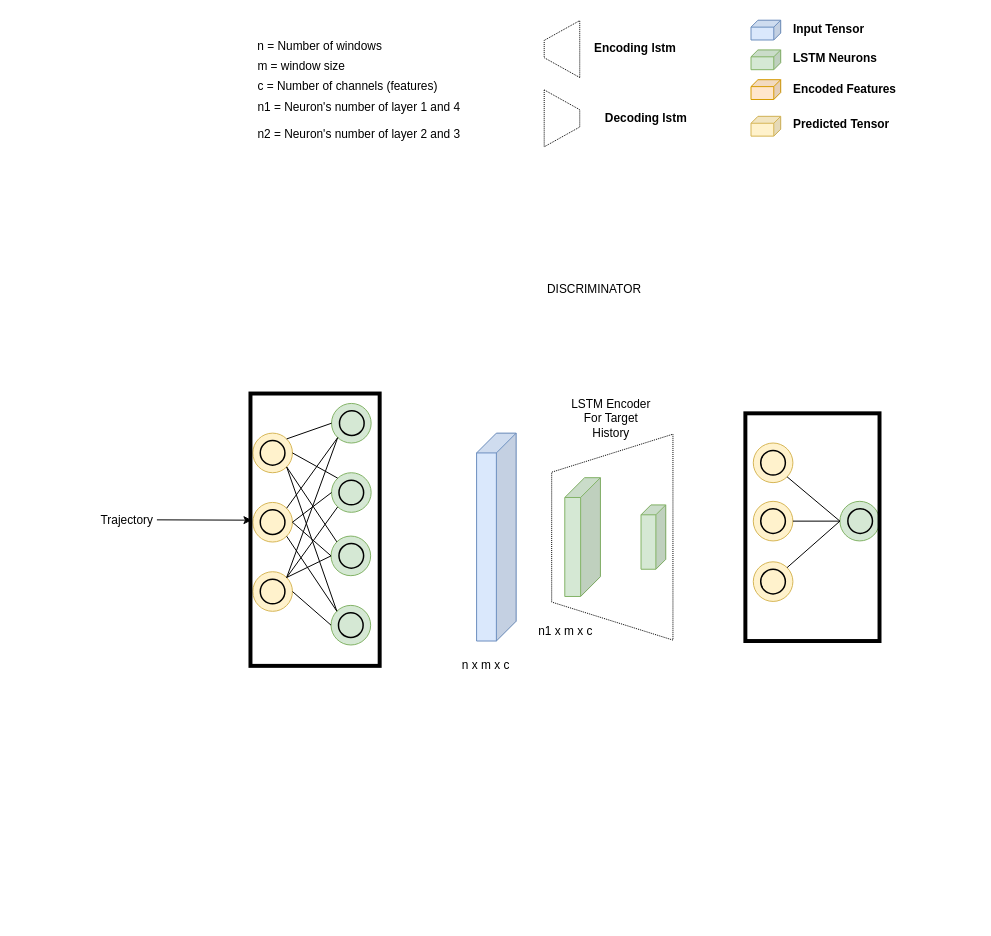
FERROX98/Multimedia-forensics-Vehicle-Trajectory-Forecasting keeps this draw.io diagram as Report/images/discriminator.drawio. Above is the earlier version. Source tidied: cells renumbered, new cells numbered last; positions are measured from the earlier drawing's top-left corner, leaving out a move shared by most shapes. Both pictures are drawn from the tidied source at 99%, with x=0, y=0 at pixel (97, 17).
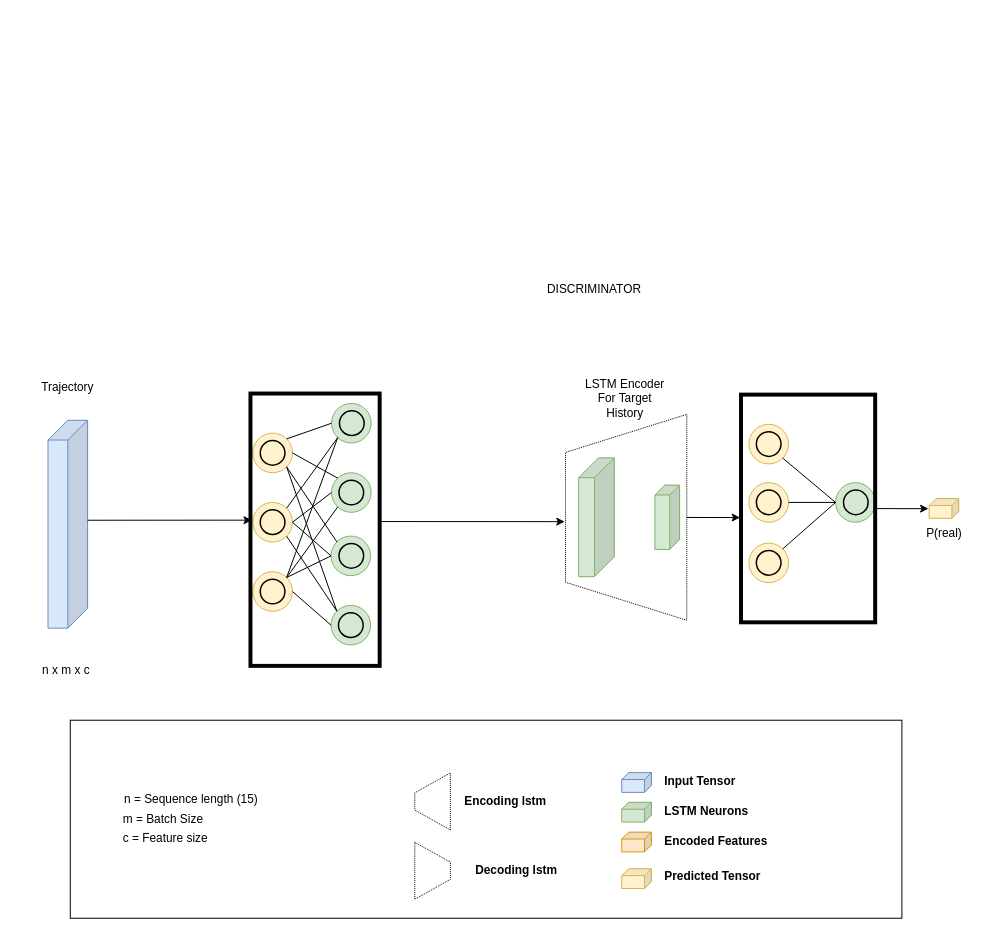
After the change.

The change refers to these unchanged cells:
```xml
<mxCell id="56" style="rounded=0;whiteSpace=wrap;html=1;strokeWidth=4;fillColor=none;" parent="1" vertex="1">
  <mxGeometry x="154.5" y="380" width="130.5" height="275.1" as="geometry" />
</mxCell>
<mxCell id="69" style="rounded=0;whiteSpace=wrap;html=1;strokeWidth=4;fillColor=none;" parent="57" vertex="1">
  <mxGeometry x="-8" y="11.1" width="135.5" height="230" as="geometry" />
</mxCell>
```

Diff of the diagram source:
```diff
@@
-    <mxCell id="2" style="shape=cube;whiteSpace=wrap;html=1;boundedLbl=1;backgroundOutline=1;darkOpacity=0.05;darkOpacity2=0.1;size=7;direction=east;flipH=1;fillColor=#dae8fc;strokeColor=#6c8ebf;" parent="1" vertex="1">
-      <mxGeometry x="660.1" y="2.9" width="30" height="20" as="geometry" />
-    </mxCell>
-    <mxCell id="3" style="shape=cube;whiteSpace=wrap;html=1;boundedLbl=1;backgroundOutline=1;darkOpacity=0.05;darkOpacity2=0.1;size=7;direction=east;flipH=1;fillColor=#d5e8d4;strokeColor=#82b366;" parent="1" vertex="1">
-      <mxGeometry x="660.1" y="32.9" width="30" height="20" as="geometry" />
-    </mxCell>
-    <mxCell id="4" value="Input Tensor" style="text;html=1;strokeColor=none;fillColor=none;align=left;verticalAlign=middle;whiteSpace=wrap;rounded=0;fontStyle=1;" parent="1" vertex="1">
-      <mxGeometry x="701.1" width="138" height="23.9" as="geometry" />
-    </mxCell>
-    <mxCell id="5" value="LSTM Neurons" style="text;html=1;strokeColor=none;fillColor=none;align=left;verticalAlign=middle;whiteSpace=wrap;rounded=0;fontStyle=1;" parent="1" vertex="1">
-      <mxGeometry x="701.1" y="30" width="138" height="23.9" as="geometry" />
-    </mxCell>
-    <mxCell id="6" value="Encoded Features" style="text;html=1;strokeColor=none;fillColor=none;align=left;verticalAlign=middle;whiteSpace=wrap;rounded=0;fontStyle=1;" parent="1" vertex="1">
-      <mxGeometry x="701.1" y="61.1" width="138" height="23.9" as="geometry" />
-    </mxCell>
-    <mxCell id="7" style="shape=cube;whiteSpace=wrap;html=1;boundedLbl=1;backgroundOutline=1;darkOpacity=0.05;darkOpacity2=0.1;size=7;direction=east;flipH=1;fillColor=#ffe6cc;strokeColor=#d79b00;" parent="1" vertex="1">
-      <mxGeometry x="660.1" y="63" width="30" height="20" as="geometry" />
-    </mxCell>
-    <mxCell id="8" style="shape=cube;whiteSpace=wrap;html=1;boundedLbl=1;backgroundOutline=1;darkOpacity=0.05;darkOpacity2=0.1;size=7;direction=east;flipH=1;fillColor=#fff2cc;strokeColor=#d6b656;" parent="1" vertex="1">
-      <mxGeometry x="660.1" y="100" width="30" height="20" as="geometry" />
-    </mxCell>
-    <mxCell id="9" value="Predicted Tensor" style="text;html=1;strokeColor=none;fillColor=none;align=left;verticalAlign=middle;whiteSpace=wrap;rounded=0;fontStyle=1;" parent="1" vertex="1">
-      <mxGeometry x="701.1" y="96.1" width="138" height="23.9" as="geometry" />
-    </mxCell>
-    <mxCell id="10" value="&lt;b&gt;Encoding lstm&amp;nbsp;&lt;/b&gt;" style="text;html=1;strokeColor=none;fillColor=none;align=center;verticalAlign=middle;whiteSpace=wrap;rounded=0;dashed=1;dashPattern=1 1;" parent="1" vertex="1">
-      <mxGeometry x="486.9" y="22" width="116" height="20" as="geometry" />
-    </mxCell>
-    <mxCell id="11" value="&lt;b&gt;Decoding lstm&amp;nbsp;&lt;/b&gt;" style="text;html=1;strokeColor=none;fillColor=none;align=center;verticalAlign=middle;whiteSpace=wrap;rounded=0;dashed=1;dashPattern=1 1;" parent="1" vertex="1">
-      <mxGeometry x="497.9" y="92" width="116" height="20" as="geometry" />
-    </mxCell>
-    <mxCell id="12" style="shape=trapezoid;perimeter=trapezoidPerimeter;whiteSpace=wrap;html=1;fixedSize=1;dashed=1;dashPattern=1 1;fillColor=none;rotation=-90;" parent="1" vertex="1">
-      <mxGeometry x="440.4" y="14.1" width="57.5" height="35.9" as="geometry" />
-    </mxCell>
-    <mxCell id="13" style="shape=trapezoid;perimeter=trapezoidPerimeter;whiteSpace=wrap;html=1;fixedSize=1;dashed=1;dashPattern=1 1;fillColor=none;rotation=-90;direction=west;" parent="1" vertex="1">
-      <mxGeometry x="440.4" y="84.1" width="57.5" height="35.9" as="geometry" />
-    </mxCell>
-    <mxCell id="14" value="n = Number of windows&amp;nbsp;" style="text;html=1;strokeColor=none;fillColor=none;align=center;verticalAlign=middle;whiteSpace=wrap;rounded=0;dashed=1;dashPattern=1 1;" parent="1" vertex="1">
-      <mxGeometry x="148.4" y="20" width="156.5" height="20" as="geometry" />
-    </mxCell>
-    <mxCell id="15" value="m = window size&amp;nbsp;&amp;nbsp;" style="text;html=1;strokeColor=none;fillColor=none;align=left;verticalAlign=middle;whiteSpace=wrap;rounded=0;dashed=1;dashPattern=1 1;" parent="1" vertex="1">
-      <mxGeometry x="160.4" y="40" width="140" height="20" as="geometry" />
-    </mxCell>
-    <mxCell id="16" value="c = Number of channels (features)&amp;nbsp;" style="text;html=1;strokeColor=none;fillColor=none;align=left;verticalAlign=middle;whiteSpace=wrap;rounded=0;dashed=1;dashPattern=1 1;" parent="1" vertex="1">
-      <mxGeometry x="160.4" y="60" width="211" height="20" as="geometry" />
-    </mxCell>
-    <mxCell id="17" value="n1 = Neuron's number of layer 1 and 4&amp;nbsp;" style="text;html=1;strokeColor=none;fillColor=none;align=left;verticalAlign=middle;whiteSpace=wrap;rounded=0;dashed=1;dashPattern=1 1;" parent="1" vertex="1">
-      <mxGeometry x="160.4" y="81.1" width="221" height="20" as="geometry" />
-    </mxCell>
-    <mxCell id="18" value="n2 = Neuron's number of layer 2 and 3&amp;nbsp;" style="text;html=1;strokeColor=none;fillColor=none;align=left;verticalAlign=middle;whiteSpace=wrap;rounded=0;dashed=1;dashPattern=1 1;" parent="1" vertex="1">
-      <mxGeometry x="160.4" y="108.2" width="221" height="20" as="geometry" />
-    </mxCell>
+    <mxCell id="70" style="rounded=0;whiteSpace=wrap;html=1;fillColor=none;strokeColor=#000000;" parent="1" vertex="1">
+      <mxGeometry x="-27.5" y="710" width="840" height="200" as="geometry" />
+    </mxCell>
     <mxCell id="19" style="shape=cube;whiteSpace=wrap;html=1;boundedLbl=1;backgroundOutline=1;darkOpacity=0.05;darkOpacity2=0.1;size=20;direction=east;flipH=1;fillColor=#dae8fc;strokeColor=#6c8ebf;" parent="1" vertex="1">
-      <mxGeometry x="382.9" y="420" width="40" height="210" as="geometry" />
+      <mxGeometry x="-50" y="407" width="40" height="210" as="geometry" />
     </mxCell>
     <mxCell id="20" style="shape=cube;whiteSpace=wrap;html=1;boundedLbl=1;backgroundOutline=1;darkOpacity=0.05;darkOpacity2=0.1;size=20;direction=east;flipH=1;fillColor=#d5e8d4;strokeColor=#82b366;" parent="1" vertex="1">
-      <mxGeometry x="472" y="465" width="36" height="120" as="geometry" />
+      <mxGeometry x="486" y="445" width="36" height="120" as="geometry" />
     </mxCell>
     <mxCell id="21" style="shape=cube;whiteSpace=wrap;html=1;boundedLbl=1;backgroundOutline=1;darkOpacity=0.05;darkOpacity2=0.1;size=10;direction=east;flipH=1;fillColor=#d5e8d4;strokeColor=#82b366;" parent="1" vertex="1">
-      <mxGeometry x="549" y="492.5" width="25" height="65" as="geometry" />
+      <mxGeometry x="563" y="472.5" width="25" height="65" as="geometry" />
     </mxCell>
     <mxCell id="22" value="n x m x c" style="text;html=1;strokeColor=none;fillColor=none;align=center;verticalAlign=middle;whiteSpace=wrap;rounded=0;" parent="1" vertex="1">
-      <mxGeometry x="342.9" y="640" width="99" height="30" as="geometry" />
+      <mxGeometry x="-81.3" y="645.1" width="99" height="30" as="geometry" />
     </mxCell>
+    <mxCell id="71" style="edgeStyle=none;html=1;entryX=-0.007;entryY=0.54;entryDx=0;entryDy=0;entryPerimeter=0;" parent="1" edge="1" source="23" target="69">
+      <mxGeometry relative="1" as="geometry" />
+    </mxCell>
     <mxCell id="23" style="shape=trapezoid;perimeter=trapezoidPerimeter;whiteSpace=wrap;html=1;fixedSize=1;rotation=90;dashed=1;dashPattern=1 1;fillColor=none;direction=west;size=38.41000000000008;" parent="1" vertex="1">
-      <mxGeometry x="416" y="463.8" width="208" height="122.5" as="geometry" />
+      <mxGeometry x="430" y="443.8" width="208" height="122.5" as="geometry" />
     </mxCell>
-    <mxCell id="24" value="n1 x m x c" style="text;html=1;strokeColor=none;fillColor=none;align=center;verticalAlign=middle;whiteSpace=wrap;rounded=0;dashed=1;dashPattern=1 1;" parent="1" vertex="1">
-      <mxGeometry x="432.9" y="610" width="80" height="20" as="geometry" />
-    </mxCell>
@@
     <mxCell id="26" value="LSTM Encoder For Target History" style="text;html=1;strokeColor=none;fillColor=none;align=center;verticalAlign=middle;whiteSpace=wrap;rounded=0;strokeWidth=4;" parent="1" vertex="1">
-      <mxGeometry x="472" y="390" width="93.7" height="30" as="geometry" />
+      <mxGeometry x="486" y="370" width="93.7" height="30" as="geometry" />
     </mxCell>
@@
-    <mxCell id="54" style="edgeStyle=none;html=1;entryX=0.011;entryY=0.465;entryDx=0;entryDy=0;entryPerimeter=0;endArrow=classic;endFill=1;" parent="1" edge="1" source="55" target="56">
-      <mxGeometry relative="1" as="geometry" />
+    <mxCell id="54" style="edgeStyle=none;html=1;entryX=0.011;entryY=0.465;entryDx=0;entryDy=0;entryPerimeter=0;endArrow=classic;endFill=1;" parent="1" edge="1" target="56">
+      <mxGeometry relative="1" as="geometry">
+        <mxPoint x="-10" y="508" as="sourcePoint" />
+      </mxGeometry>
     </mxCell>
     <mxCell id="55" value="Trajectory" style="text;html=1;strokeColor=none;fillColor=none;align=center;verticalAlign=middle;whiteSpace=wrap;rounded=0;strokeWidth=4;" parent="1" vertex="1">
-      <mxGeometry y="492.5" width="60" height="30" as="geometry" />
+      <mxGeometry x="-60" y="358.9" width="60" height="30" as="geometry" />
     </mxCell>
+    <mxCell id="72" style="edgeStyle=none;html=1;entryX=0.479;entryY=-0.007;entryDx=0;entryDy=0;entryPerimeter=0;exitX=0.998;exitY=0.47;exitDx=0;exitDy=0;exitPerimeter=0;" parent="1" edge="1" source="56" target="23">
+      <mxGeometry relative="1" as="geometry" />
+    </mxCell>
@@
     <mxCell id="57" style="group;" parent="1" vertex="1">
-      <mxGeometry x="662.4" y="388.9" width="130" height="275.1" as="geometry" />
+      <mxGeometry x="658" y="370" width="130" height="275.1" as="geometry" />
     </mxCell>
@@
+    <mxCell id="73" style="shape=cube;whiteSpace=wrap;html=1;boundedLbl=1;backgroundOutline=1;darkOpacity=0.05;darkOpacity2=0.1;size=7;direction=east;flipH=1;fillColor=#dae8fc;strokeColor=#6c8ebf;" parent="1" vertex="1">
+      <mxGeometry x="529.5" y="762.9" width="30" height="20" as="geometry" />
+    </mxCell>
+    <mxCell id="74" style="shape=cube;whiteSpace=wrap;html=1;boundedLbl=1;backgroundOutline=1;darkOpacity=0.05;darkOpacity2=0.1;size=7;direction=east;flipH=1;fillColor=#d5e8d4;strokeColor=#82b366;" parent="1" vertex="1">
+      <mxGeometry x="529.5" y="792.9" width="30" height="20" as="geometry" />
+    </mxCell>
+    <mxCell id="4" value="Input Tensor" style="text;html=1;strokeColor=none;fillColor=none;align=left;verticalAlign=middle;whiteSpace=wrap;rounded=0;fontStyle=1;" parent="1" vertex="1">
+      <mxGeometry x="570.5" y="760" width="138" height="23.9" as="geometry" />
+    </mxCell>
+    <mxCell id="5" value="LSTM Neurons" style="text;html=1;strokeColor=none;fillColor=none;align=left;verticalAlign=middle;whiteSpace=wrap;rounded=0;fontStyle=1;" parent="1" vertex="1">
+      <mxGeometry x="570.5" y="790" width="138" height="23.9" as="geometry" />
+    </mxCell>
+    <mxCell id="6" value="Encoded Features" style="text;html=1;strokeColor=none;fillColor=none;align=left;verticalAlign=middle;whiteSpace=wrap;rounded=0;fontStyle=1;" parent="1" vertex="1">
+      <mxGeometry x="570.5" y="821.1" width="138" height="23.9" as="geometry" />
+    </mxCell>
+    <mxCell id="75" style="shape=cube;whiteSpace=wrap;html=1;boundedLbl=1;backgroundOutline=1;darkOpacity=0.05;darkOpacity2=0.1;size=7;direction=east;flipH=1;fillColor=#ffe6cc;strokeColor=#d79b00;" parent="1" vertex="1">
+      <mxGeometry x="529.5" y="823" width="30" height="20" as="geometry" />
+    </mxCell>
+    <mxCell id="76" style="shape=cube;whiteSpace=wrap;html=1;boundedLbl=1;backgroundOutline=1;darkOpacity=0.05;darkOpacity2=0.1;size=7;direction=east;flipH=1;fillColor=#fff2cc;strokeColor=#d6b656;" parent="1" vertex="1">
+      <mxGeometry x="529.5" y="860" width="30" height="20" as="geometry" />
+    </mxCell>
+    <mxCell id="9" value="Predicted Tensor" style="text;html=1;strokeColor=none;fillColor=none;align=left;verticalAlign=middle;whiteSpace=wrap;rounded=0;fontStyle=1;" parent="1" vertex="1">
+      <mxGeometry x="570.5" y="856.1" width="138" height="23.9" as="geometry" />
+    </mxCell>
+    <mxCell id="10" value="&lt;b&gt;Encoding lstm&amp;nbsp;&lt;/b&gt;" style="text;html=1;strokeColor=none;fillColor=none;align=center;verticalAlign=middle;whiteSpace=wrap;rounded=0;dashed=1;dashPattern=1 1;" parent="1" vertex="1">
+      <mxGeometry x="356.2" y="782" width="116" height="20" as="geometry" />
+    </mxCell>
+    <mxCell id="11" value="&lt;b&gt;Decoding lstm&amp;nbsp;&lt;/b&gt;" style="text;html=1;strokeColor=none;fillColor=none;align=center;verticalAlign=middle;whiteSpace=wrap;rounded=0;dashed=1;dashPattern=1 1;" parent="1" vertex="1">
+      <mxGeometry x="367.2" y="852" width="116" height="20" as="geometry" />
+    </mxCell>
+    <mxCell id="77" style="shape=trapezoid;perimeter=trapezoidPerimeter;whiteSpace=wrap;html=1;fixedSize=1;dashed=1;dashPattern=1 1;fillColor=none;rotation=-90;" parent="1" vertex="1">
+      <mxGeometry x="309.7" y="774.1" width="57.5" height="35.9" as="geometry" />
+    </mxCell>
+    <mxCell id="78" style="shape=trapezoid;perimeter=trapezoidPerimeter;whiteSpace=wrap;html=1;fixedSize=1;dashed=1;dashPattern=1 1;fillColor=none;rotation=-90;direction=west;" parent="1" vertex="1">
+      <mxGeometry x="309.7" y="844.1" width="57.5" height="35.9" as="geometry" />
+    </mxCell>
+    <mxCell id="79" value="n = Sequence length (15)&amp;nbsp;" style="text;html=1;strokeColor=none;fillColor=none;align=center;verticalAlign=middle;whiteSpace=wrap;rounded=0;dashed=1;dashPattern=1 1;" parent="1" vertex="1">
+      <mxGeometry x="17.7" y="780" width="156.5" height="20" as="geometry" />
+    </mxCell>
+    <mxCell id="80" value="m = Batch Size&amp;nbsp;" style="text;html=1;strokeColor=none;fillColor=none;align=left;verticalAlign=middle;whiteSpace=wrap;rounded=0;dashed=1;dashPattern=1 1;" parent="1" vertex="1">
+      <mxGeometry x="23.9" y="800" width="140" height="20" as="geometry" />
+    </mxCell>
+    <mxCell id="81" value="c = Feature size" style="text;html=1;strokeColor=none;fillColor=none;align=left;verticalAlign=middle;whiteSpace=wrap;rounded=0;dashed=1;dashPattern=1 1;" parent="1" vertex="1">
+      <mxGeometry x="23.9" y="820" width="211" height="20" as="geometry" />
+    </mxCell>
+    <mxCell id="82" style="shape=cube;whiteSpace=wrap;html=1;boundedLbl=1;backgroundOutline=1;darkOpacity=0.05;darkOpacity2=0.1;size=7;direction=east;flipH=1;fillColor=#fff2cc;strokeColor=#d6b656;" parent="1" vertex="1">
+      <mxGeometry x="840" y="486.1" width="30" height="20" as="geometry" />
+    </mxCell>
+    <mxCell id="83" style="edgeStyle=none;html=1;entryX=1.022;entryY=0.511;entryDx=0;entryDy=0;entryPerimeter=0;" parent="1" edge="1" source="69" target="82">
+      <mxGeometry relative="1" as="geometry" />
+    </mxCell>
+    <mxCell id="84" value="P(real)" style="text;html=1;align=center;verticalAlign=middle;strokeColor=none;fillColor=none;" parent="1" vertex="1">
+      <mxGeometry x="825" y="506.1" width="60" height="30" as="geometry" />
+    </mxCell>
```
